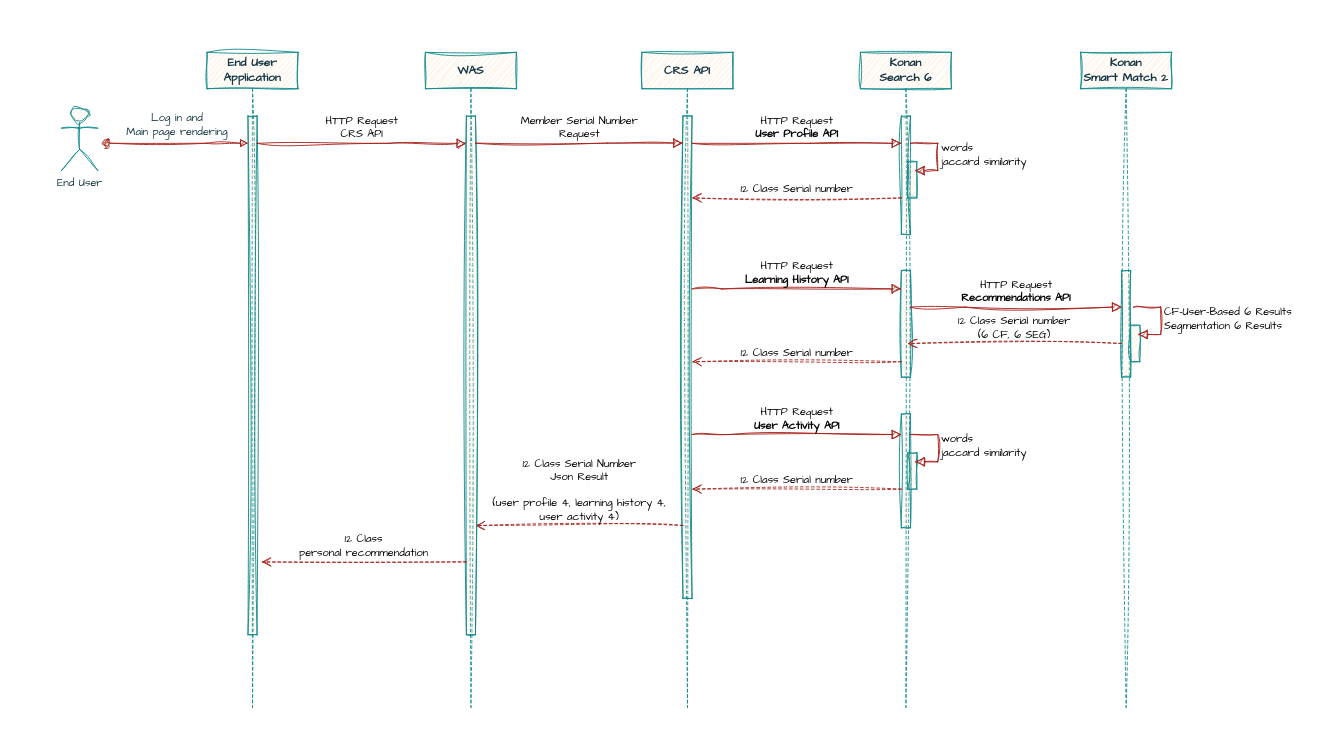
k1mtaeye07/nile keeps this draw.io diagram as recommender_system.drawio. Above is the earlier version. Source tidied: cells renumbered, new cells numbered last; positions are measured from the earlier drawing's top-left corner, leaving out a move shared by most shapes. Both pictures are drawn from the tidied source at 91%, with x=0, y=0 at pixel (61, 52).
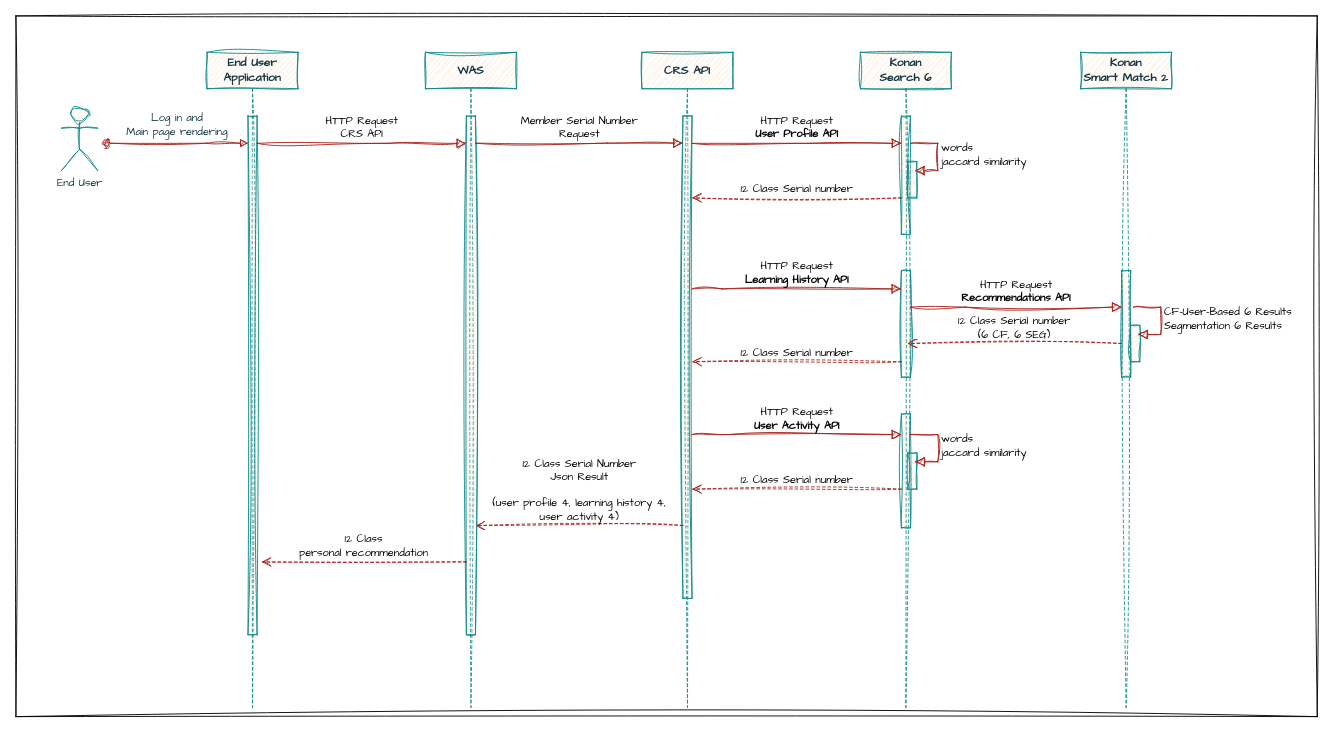
The same diagram, later.

The edit, as a diff of the source:
```diff
@@
+    <mxCell id="35" style="rounded=0;whiteSpace=wrap;html=1;sketch=1;curveFitting=1;jiggle=2;glass=0;shadow=0;" parent="1" vertex="1">
+      <mxGeometry x="-50" y="-40" width="1430" height="770" as="geometry" />
+    </mxCell>
```
